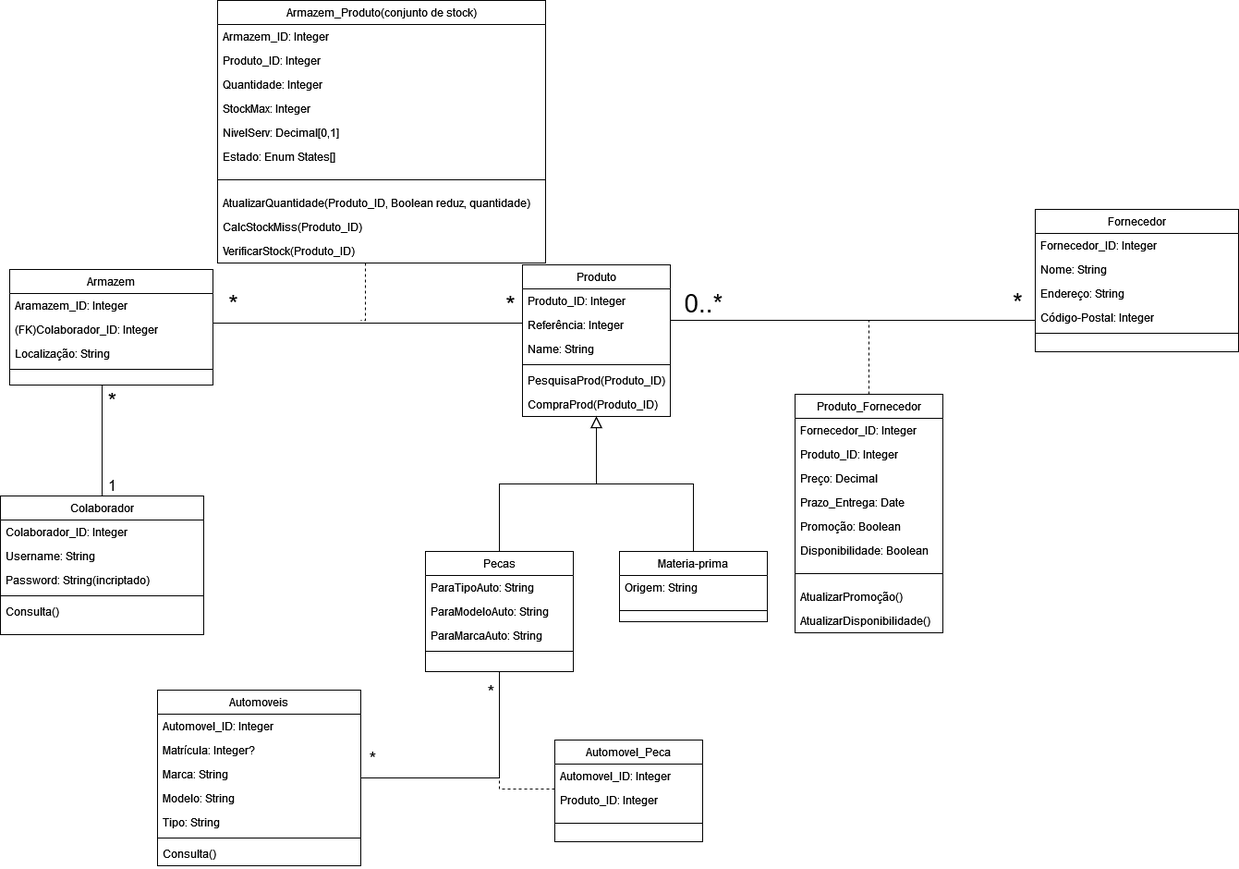
Earlier version of the draw.io export wwwroot/documents/Grupo2/RicardoAndrade/DiagramaClasse_CompraFornecedor_RicardoAndrade_1705258.png (noellopes/CarManufactoring). Source tidied: cells renumbered, new cells last; positions are measured from the earlier drawing's top-left corner, leaving out a move shared by most shapes.
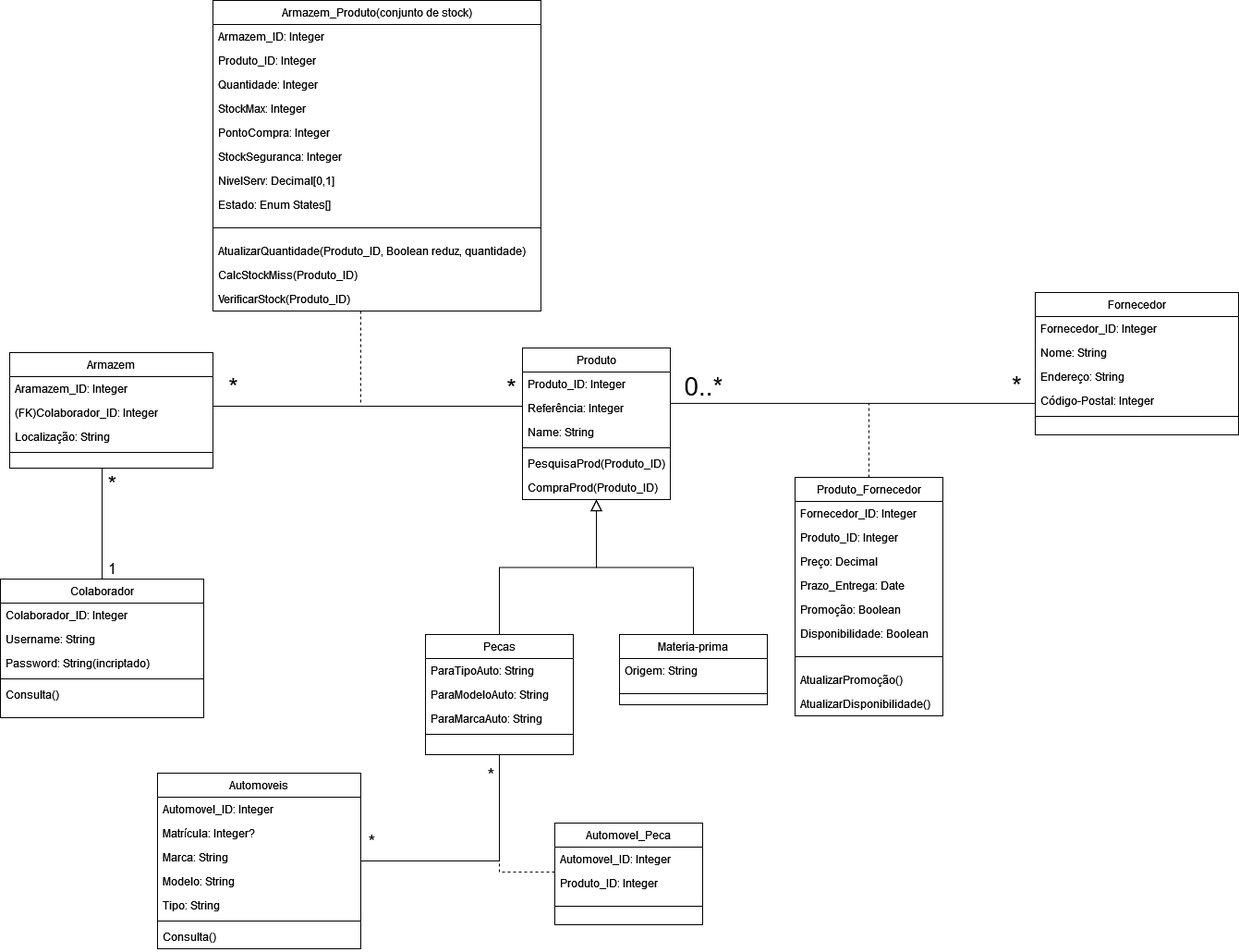
The same diagram one commit later.

What changed in the source:
```diff
@@ -161,12 +161,13 @@
       <mxGeometry relative="1" as="geometry">
         <mxPoint x="390" y="346" as="targetPoint" />
         <Array as="points">
-          <mxPoint x="395" y="346" />
+          <mxPoint x="390" y="240" />
+          <mxPoint x="390" y="240" />
         </Array>
       </mxGeometry>
     </mxCell>
     <mxCell id="48" value="Armazem_Produto(conjunto de stock)" style="swimlane;fontStyle=0;align=center;verticalAlign=top;horizontal=1;startSize=26;rounded=0;shadow=0;strokeWidth=1;" parent="1" vertex="1">
-      <mxGeometry x="235" width="355" height="284" as="geometry" />
+      <mxGeometry x="230" y="-90" width="355" height="336" as="geometry" />
     </mxCell>
     <mxCell id="49" value="Armazem_ID: Integer" style="text;align=left;verticalAlign=top;spacingLeft=4;spacingRight=4;overflow=hidden;rounded=0;shadow=0;html=0;" parent="48" vertex="1">
       <mxGeometry y="26" width="355" height="26" as="geometry" />
@@ -180,23 +181,29 @@
     <mxCell id="52" value="StockMax: Integer" style="text;align=left;verticalAlign=top;spacingLeft=4;spacingRight=4;overflow=hidden;" parent="48" vertex="1">
       <mxGeometry y="104" width="355" height="26" as="geometry" />
     </mxCell>
+    <mxCell id="84" value="PontoCompra: Integer" style="text;align=left;verticalAlign=top;spacingLeft=4;spacingRight=4;overflow=hidden;" parent="48" vertex="1">
+      <mxGeometry y="130" width="355" height="26" as="geometry" />
+    </mxCell>
+    <mxCell id="85" value="StockSeguranca: Integer" style="text;align=left;verticalAlign=top;spacingLeft=4;spacingRight=4;overflow=hidden;" parent="48" vertex="1">
+      <mxGeometry y="156" width="355" height="26" as="geometry" />
+    </mxCell>
     <mxCell id="53" value="NivelServ: Decimal[0,1]" style="text;align=left;verticalAlign=top;spacingLeft=4;spacingRight=4;overflow=hidden;" parent="48" vertex="1">
-      <mxGeometry y="130" width="355" height="26" as="geometry" />
+      <mxGeometry y="182" width="355" height="26" as="geometry" />
     </mxCell>
     <mxCell id="54" value="Estado: Enum States[]" style="text;align=left;verticalAlign=top;spacingLeft=4;spacingRight=4;overflow=hidden;" parent="48" vertex="1">
-      <mxGeometry y="156" width="355" height="26" as="geometry" />
+      <mxGeometry y="208" width="355" height="26" as="geometry" />
     </mxCell>
     <mxCell id="55" style="line;html=1;strokeWidth=1;align=left;verticalAlign=middle;spacingTop=-1;spacingLeft=3;spacingRight=3;labelPosition=right;" parent="48" vertex="1">
-      <mxGeometry y="182" width="355" height="24" as="geometry" />
+      <mxGeometry y="234" width="355" height="24" as="geometry" />
     </mxCell>
     <mxCell id="56" value="AtualizarQuantidade(Produto_ID, Boolean reduz, quantidade)" style="text;align=left;verticalAlign=top;spacingLeft=4;spacingRight=4;overflow=hidden;" parent="48" vertex="1">
-      <mxGeometry y="206" width="355" height="26" as="geometry" />
+      <mxGeometry y="258" width="355" height="26" as="geometry" />
     </mxCell>
     <mxCell id="57" value="CalcStockMiss(Produto_ID)" style="text;align=left;verticalAlign=top;spacingLeft=4;spacingRight=4;overflow=hidden;" parent="48" vertex="1">
-      <mxGeometry y="232" width="355" height="26" as="geometry" />
+      <mxGeometry y="284" width="355" height="26" as="geometry" />
     </mxCell>
     <mxCell id="58" value="VerificarStock(Produto_ID)" style="text;align=left;verticalAlign=top;spacingLeft=4;spacingRight=4;overflow=hidden;" parent="48" vertex="1">
-      <mxGeometry y="258" width="355" height="26" as="geometry" />
+      <mxGeometry y="310" width="355" height="26" as="geometry" />
     </mxCell>
     <mxCell id="59" style="edgeStyle=orthogonalEdgeStyle;rounded=0;jettySize=auto;html=1;endArrow=none;endFill=0;" parent="1" edge="1" source="62" target="39">
       <mxGeometry relative="1" as="geometry">
```
